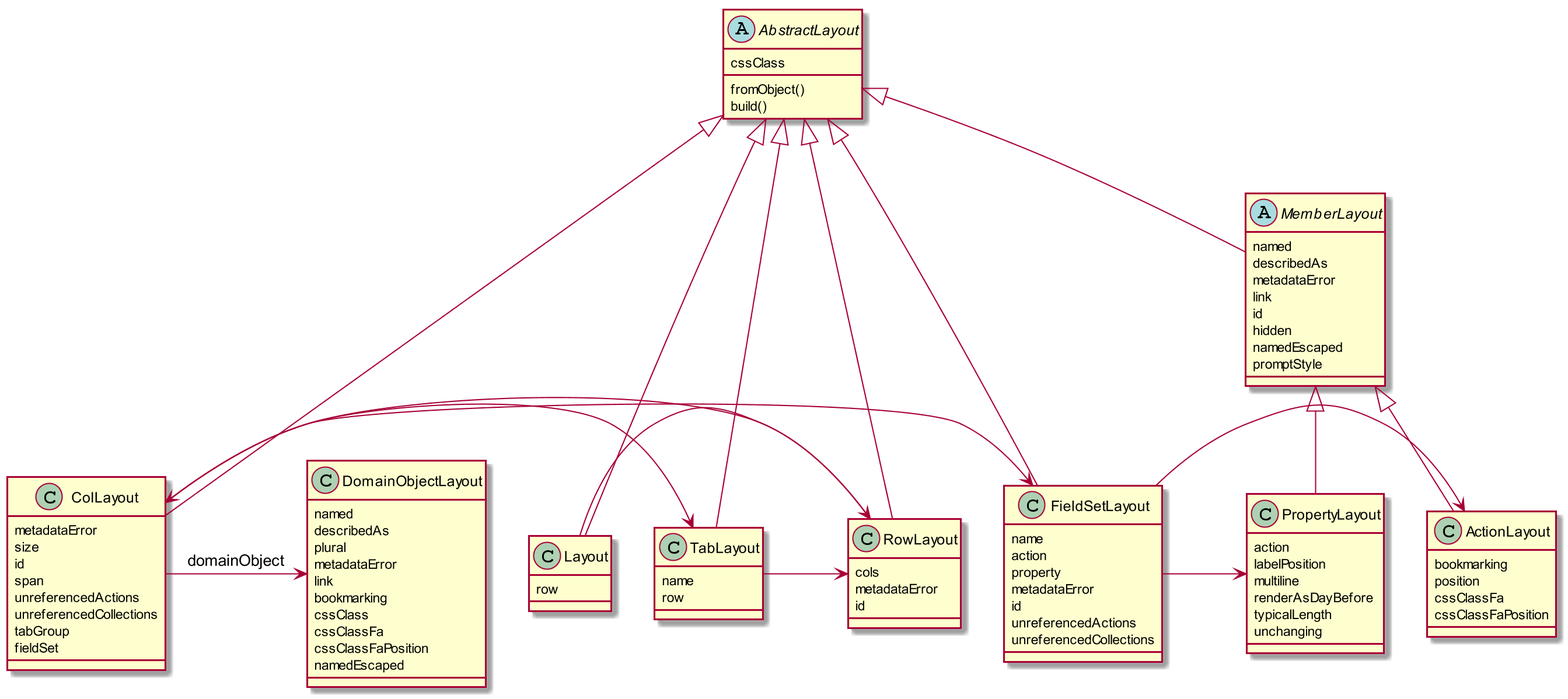
Before: images/uml-layout.png, a diagram exported from PlantUML (apache/causeway).
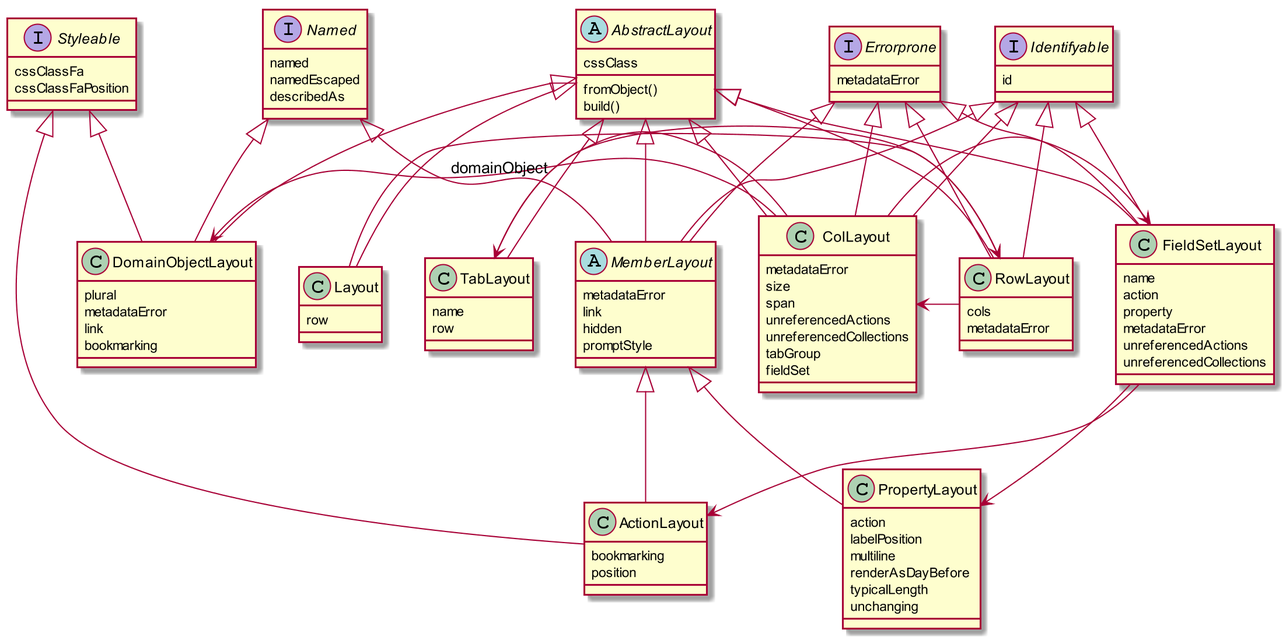
Later version of the same file.

What changed in the source:
```diff
@@ -6,15 +6,26 @@
     fromObject()
     build()
 }
+together {
+  class DomainObjectLayout
+  class ColLayout
+  class Layout
+  class MemberLayout
+  class RowLayout
+  class TabLayout
+}
+AbstractLayout <|-- DomainObjectLayout
+AbstractLayout <|-- ColLayout
+AbstractLayout <|-- FieldSetLayout
+AbstractLayout <|-- Layout
+AbstractLayout <|-- MemberLayout
+AbstractLayout <|-- RowLayout
+AbstractLayout <|-- TabLayout
 
 abstract class MemberLayout {
-    named
-    describedAs
     metadataError
     link
-    id
     hidden
-    namedEscaped
     promptStyle
 }
 
@@ -25,13 +36,11 @@
 class RowLayout {
     cols
     metadataError
-    id
 }
 
 class ColLayout {
     metadataError
     size
-    id
     span
     unreferencedActions
     unreferencedCollections
@@ -40,16 +49,10 @@
 }
 
 class DomainObjectLayout {
-    named
-    describedAs
     plural
     metadataError
     link
     bookmarking
-    cssClass
-    cssClassFa
-    cssClassFaPosition
-    namedEscaped
 }
 ColLayout -> DomainObjectLayout : domainObject
 
@@ -58,7 +61,6 @@
     action
     property
     metadataError
-    id
     unreferencedActions
     unreferencedCollections
 }
@@ -80,18 +82,10 @@
 class ActionLayout {
     bookmarking
     position
-    cssClassFa
-    cssClassFaPosition
 }
 
 MemberLayout <|-- ActionLayout
-AbstractLayout <|-- ColLayout
-AbstractLayout <|-- FieldSetLayout
-AbstractLayout <|-- Layout
-AbstractLayout <|-- MemberLayout
 MemberLayout <|-- PropertyLayout
-AbstractLayout <|-- RowLayout
-AbstractLayout <|-- TabLayout
 
 Layout -> RowLayout
 TabLayout -> RowLayout
@@ -101,4 +95,36 @@
 
 FieldSetLayout -> ActionLayout
 FieldSetLayout -> PropertyLayout
+
+interface Named {
+    named
+    namedEscaped
+    describedAs
+}
+MemberLayout -up-|> Named
+DomainObjectLayout -up-|> Named
+
+interface Identifyable {
+    id
+}
+MemberLayout -up-|> Identifyable
+FieldSetLayout -up-|> Identifyable
+ColLayout -up-|> Identifyable
+RowLayout -up-|> Identifyable
+
+
+interface Styleable {
+    cssClassFa
+    cssClassFaPosition
+}
+Styleable <|-- ActionLayout
+Styleable <|-- DomainObjectLayout
+
+interface Errorprone {
+    metadataError
+}
+Errorprone <|-- ColLayout
+Errorprone <|-- FieldSetLayout
+Errorprone <|-- MemberLayout
+Errorprone <|-- RowLayout
 @enduml
```
